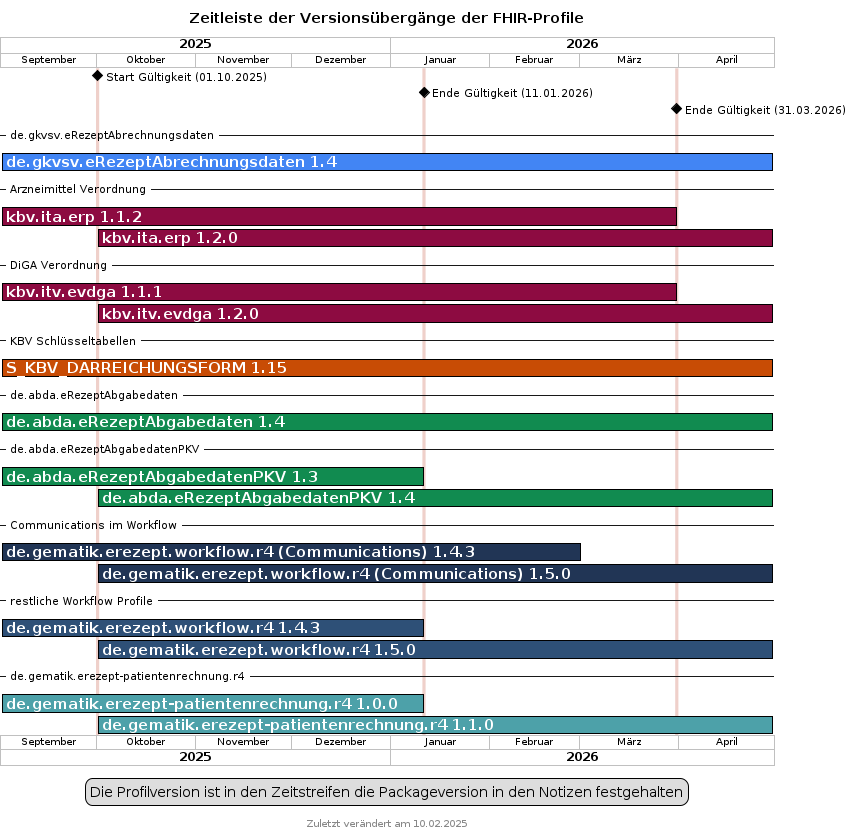
The PlantUML diagram images/puml_fhir_version_timeline.png in gematik/api-erp, before a commit.
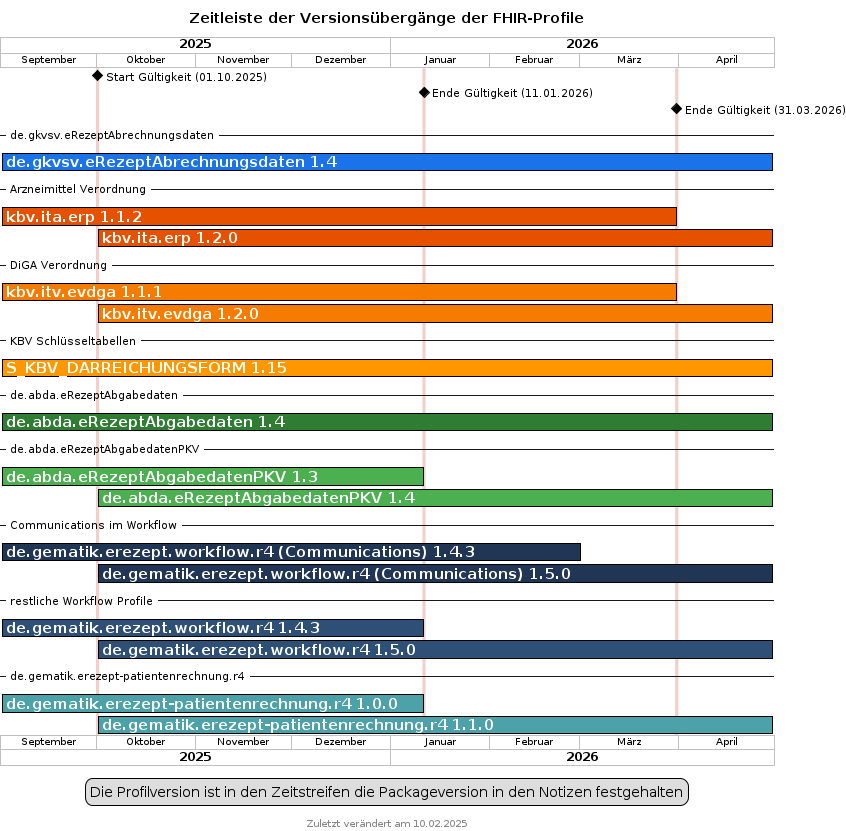
The same diagram one commit later.

Commit message:
update FHIR version timeline colours

What changed in the source:
```diff
@@ -34,35 +34,35 @@
 
 -- de.gkvsv.eRezeptAbrechnungsdaten --
 [de.gkvsv.eRezeptAbrechnungsdaten 1.4] starts 2025-09-01 and ends 2026-04-30
-[de.gkvsv.eRezeptAbrechnungsdaten 1.4] is colored in #4285f4/black
+[de.gkvsv.eRezeptAbrechnungsdaten 1.4] is colored in #1a73e8/black
 
 -- Arzneimittel Verordnung --
 
 [kbv.ita.erp 1.1.2] starts 2025-09-01 and ends 2026-03-31
-[kbv.ita.erp 1.1.2] is colored in #8D0B41/black
+[kbv.ita.erp 1.1.2] is colored in #e65100/black
 [kbv.ita.erp 1.2.0] starts 2025-10-01 and ends 2026-04-30
-[kbv.ita.erp 1.2.0] is colored in #8D0B41/black
+[kbv.ita.erp 1.2.0] is colored in #e65100/black
 
 -- DiGA Verordnung --
 
 [kbv.itv.evdga 1.1.1] starts 2025-09-01 and ends 2026-03-31
-[kbv.itv.evdga 1.1.1] is colored in #8D0B41/black
+[kbv.itv.evdga 1.1.1] is colored in #f57c00/black
 [kbv.itv.evdga 1.2.0] starts 2025-10-01 and ends 2026-04-30
-[kbv.itv.evdga 1.2.0] is colored in #8D0B41/black
+[kbv.itv.evdga 1.2.0] is colored in #f57c00/black
 
 -- KBV Schlüsseltabellen --
 [S_KBV_DARREICHUNGSFORM 1.15] starts 2025-09-01 and ends 2026-04-30
-[S_KBV_DARREICHUNGSFORM 1.15] is colored in #c84c05/black
+[S_KBV_DARREICHUNGSFORM 1.15] is colored in #ff9800/black
 
 -- de.abda.eRezeptAbgabedaten --
 [de.abda.eRezeptAbgabedaten 1.4] starts 2025-09-01 and ends 2026-04-30
-[de.abda.eRezeptAbgabedaten 1.4] is colored in #118B50/black
+[de.abda.eRezeptAbgabedaten 1.4] is colored in #2e7d32/black
 
 -- de.abda.eRezeptAbgabedatenPKV --
 [de.abda.eRezeptAbgabedatenPKV 1.3] starts 2025-09-01 and ends 2026-01-11
-[de.abda.eRezeptAbgabedatenPKV 1.3] is colored in #118B50/black
+[de.abda.eRezeptAbgabedatenPKV 1.3] is colored in #4caf50/black
 [de.abda.eRezeptAbgabedatenPKV 1.4] starts 2025-10-01 and ends 2026-04-30
-[de.abda.eRezeptAbgabedatenPKV 1.4] is colored in #118B50/black
+[de.abda.eRezeptAbgabedatenPKV 1.4] is colored in #4caf50/black
 
 -- Communications im Workflow --
 
```
